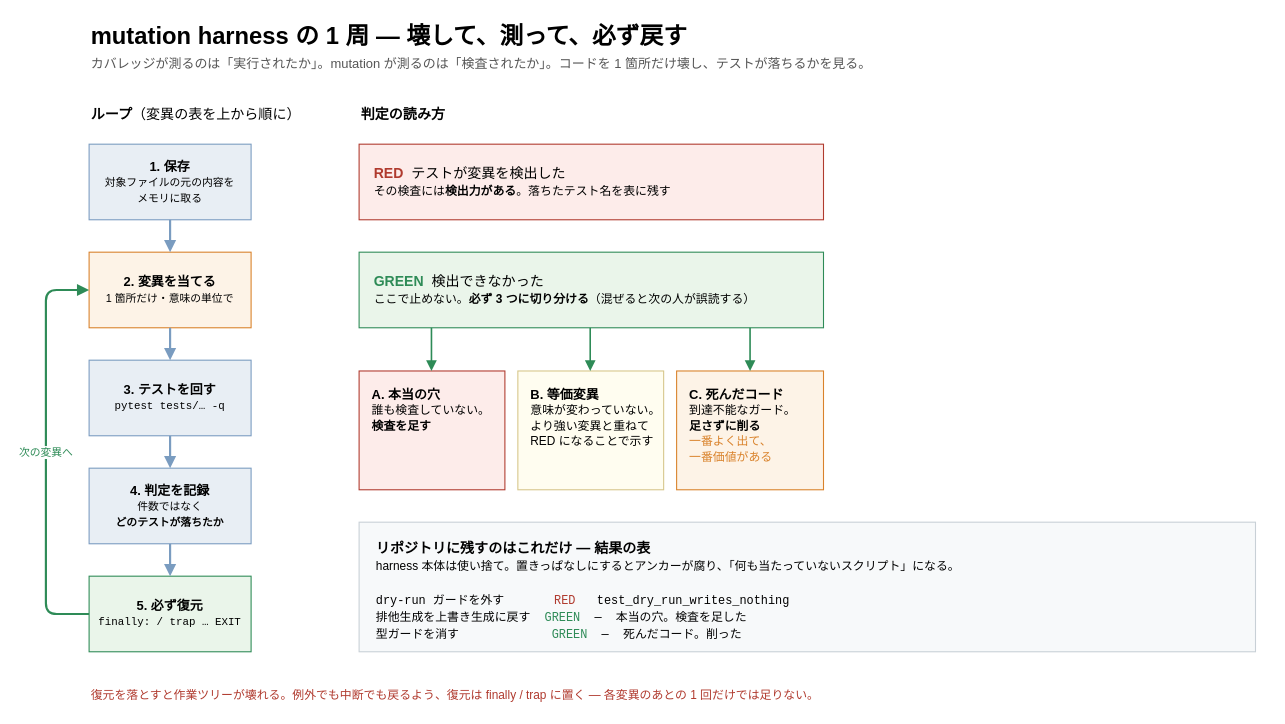
Before: static/images/mutation-harness-loop.drawio in hdknr/blogs, a draw.io diagram. Source tidied: cells renumbered, new cells numbered last; positions are measured from the earlier drawing's top-left corner, leaving out a move shared by most shapes. Both pictures are drawn from the tidied source at 108%, with x=0, y=0 at pixel (45, 18).
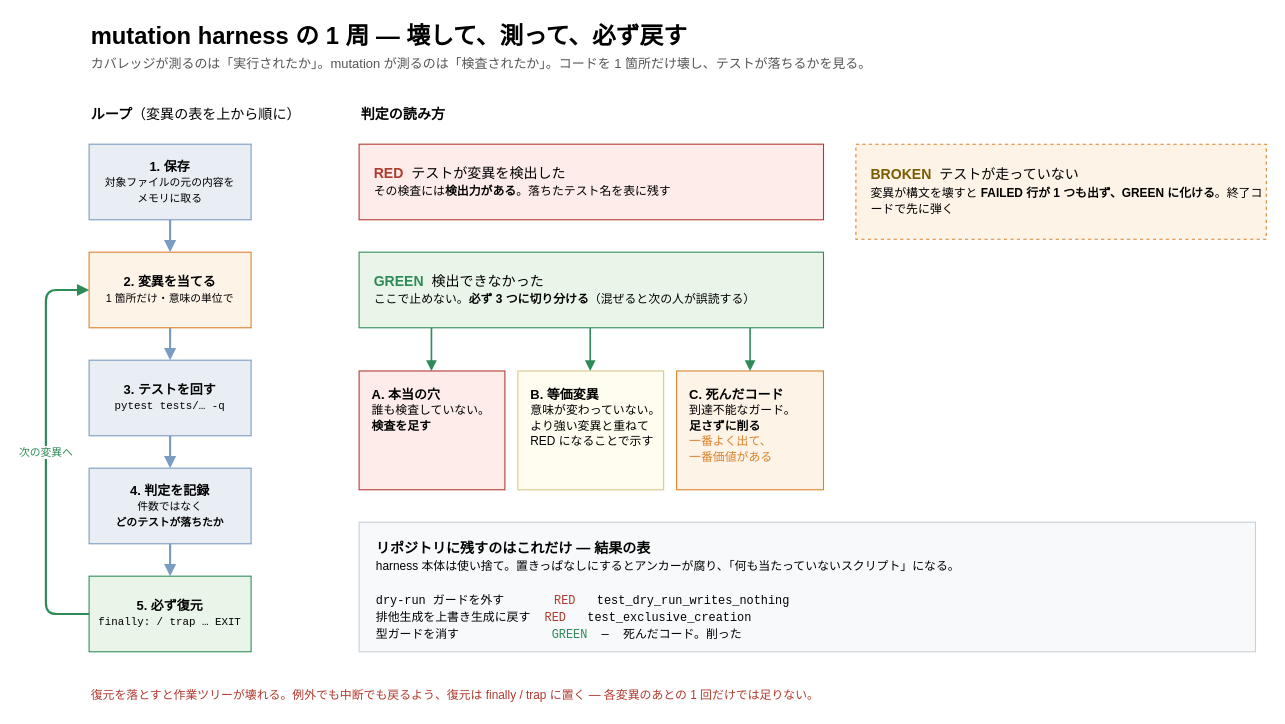
Above is the later version.

Commit message (it also covers changes not shown here):
Fix harness: broken mutants reported as GREEN; add concrete instructions

What changed in the source:
```diff
@@
+    <mxCell id="26" value="&lt;font color=&quot;#7A5C00&quot;&gt;&lt;b&gt;BROKEN&lt;/b&gt;&lt;/font&gt;&amp;nbsp; テストが走っていない&lt;br&gt;&lt;font style=&quot;font-size: 11px&quot;&gt;変異が構文を壊すと &lt;b&gt;FAILED 行が 1 つも出ず、GREEN に化ける&lt;/b&gt;。終了コードで先に弾く&lt;/font&gt;" style="rounded=0;whiteSpace=wrap;html=1;fillColor=#FDF3E7;strokeColor=#D9822B;align=left;verticalAlign=middle;spacingLeft=12;fontSize=13;dashed=1;" parent="1" vertex="1">
+      <mxGeometry x="750" y="116" width="380" height="88" as="geometry" />
+    </mxCell>
-    <mxCell id="24" value="&lt;b&gt;リポジトリに残すのはこれだけ — 結果の表&lt;/b&gt;&lt;br&gt;&lt;font style=&quot;font-size: 11px&quot;&gt;harness 本体は使い捨て。置きっぱなしにするとアンカーが腐り、「何も当たっていないスクリプト」になる。&lt;/font&gt;&lt;br&gt;&lt;br&gt;&lt;font style=&quot;font-family: monospace; font-size: 11px&quot;&gt;dry-run ガードを外す&amp;nbsp; &amp;nbsp; &amp;nbsp; &amp;nbsp;&lt;font color=&quot;#B03A2E&quot;&gt;RED&lt;/font&gt;&amp;nbsp; &amp;nbsp;test_dry_run_writes_nothing&lt;br&gt;排他生成を上書き生成に戻す&amp;nbsp; &lt;font color=&quot;#2E8B57&quot;&gt;GREEN&lt;/font&gt;&amp;nbsp; —&amp;nbsp; 本当の穴。検査を足した&lt;br&gt;型ガードを消す&amp;nbsp; &amp;nbsp; &amp;nbsp; &amp;nbsp; &amp;nbsp; &amp;nbsp; &amp;nbsp;&lt;font color=&quot;#2E8B57&quot;&gt;GREEN&lt;/font&gt;&amp;nbsp; —&amp;nbsp; 死んだコード。削った&lt;/font&gt;" style="rounded=0;whiteSpace=wrap;html=1;fillColor=#F7F9FA;strokeColor=#C8D0D6;align=left;verticalAlign=top;spacingLeft=14;spacingTop=10;fontSize=13;" parent="1" vertex="1">
+    <mxCell id="24" value="&lt;b&gt;リポジトリに残すのはこれだけ — 結果の表&lt;/b&gt;&lt;br&gt;&lt;font style=&quot;font-size: 11px&quot;&gt;harness 本体は使い捨て。置きっぱなしにするとアンカーが腐り、「何も当たっていないスクリプト」になる。&lt;/font&gt;&lt;br&gt;&lt;br&gt;&lt;font style=&quot;font-family: monospace; font-size: 11px&quot;&gt;dry-run ガードを外す&amp;nbsp; &amp;nbsp; &amp;nbsp; &amp;nbsp;&lt;font color=&quot;#B03A2E&quot;&gt;RED&lt;/font&gt;&amp;nbsp; &amp;nbsp;test_dry_run_writes_nothing&lt;br&gt;排他生成を上書き生成に戻す&amp;nbsp; &lt;font color=&quot;#B03A2E&quot;&gt;RED&lt;/font&gt;&amp;nbsp; &amp;nbsp;test_exclusive_creation&lt;br&gt;型ガードを消す&amp;nbsp; &amp;nbsp; &amp;nbsp; &amp;nbsp; &amp;nbsp; &amp;nbsp; &amp;nbsp;&lt;font color=&quot;#2E8B57&quot;&gt;GREEN&lt;/font&gt;&amp;nbsp; —&amp;nbsp; 死んだコード。削った&lt;/font&gt;" style="rounded=0;whiteSpace=wrap;html=1;fillColor=#F7F9FA;strokeColor=#C8D0D6;align=left;verticalAlign=top;spacingLeft=14;spacingTop=10;fontSize=13;" parent="1" vertex="1">
       <mxGeometry x="290" y="466" width="830" height="120" as="geometry" />
     </mxCell>
```
